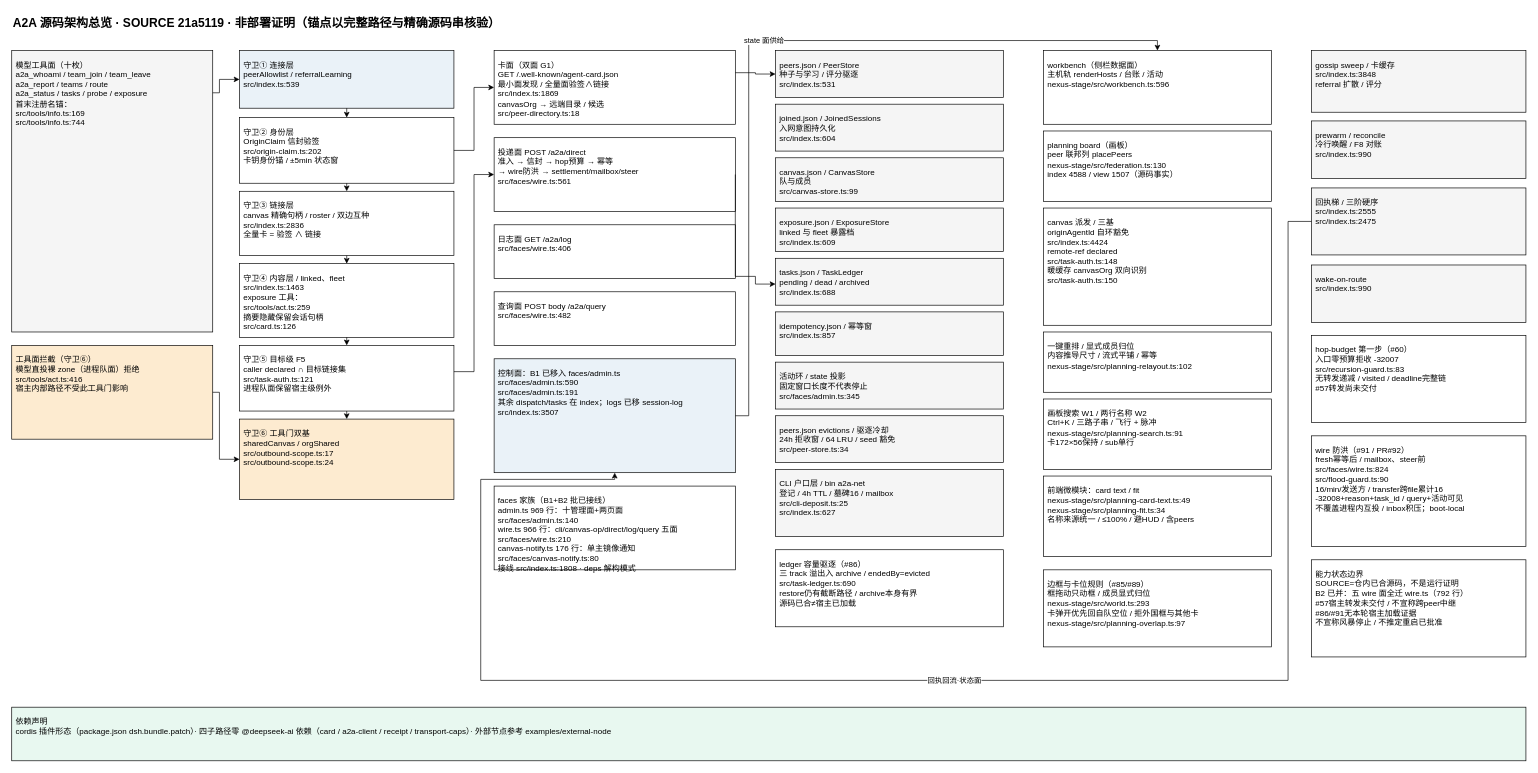
Before: page "系统架构总览" (1 of 2) of docs/arch/a2a-architecture.drawio in NelsonLongxiang/dsh-open-a2a-net, a draw.io diagram. Source tidied: cells renumbered, new cells numbered last; positions are measured from the earlier drawing's top-left corner, leaving out a move shared by most shapes. Both pictures are drawn from the tidied source at 67%, with x=0, y=0 at pixel (11, 11).
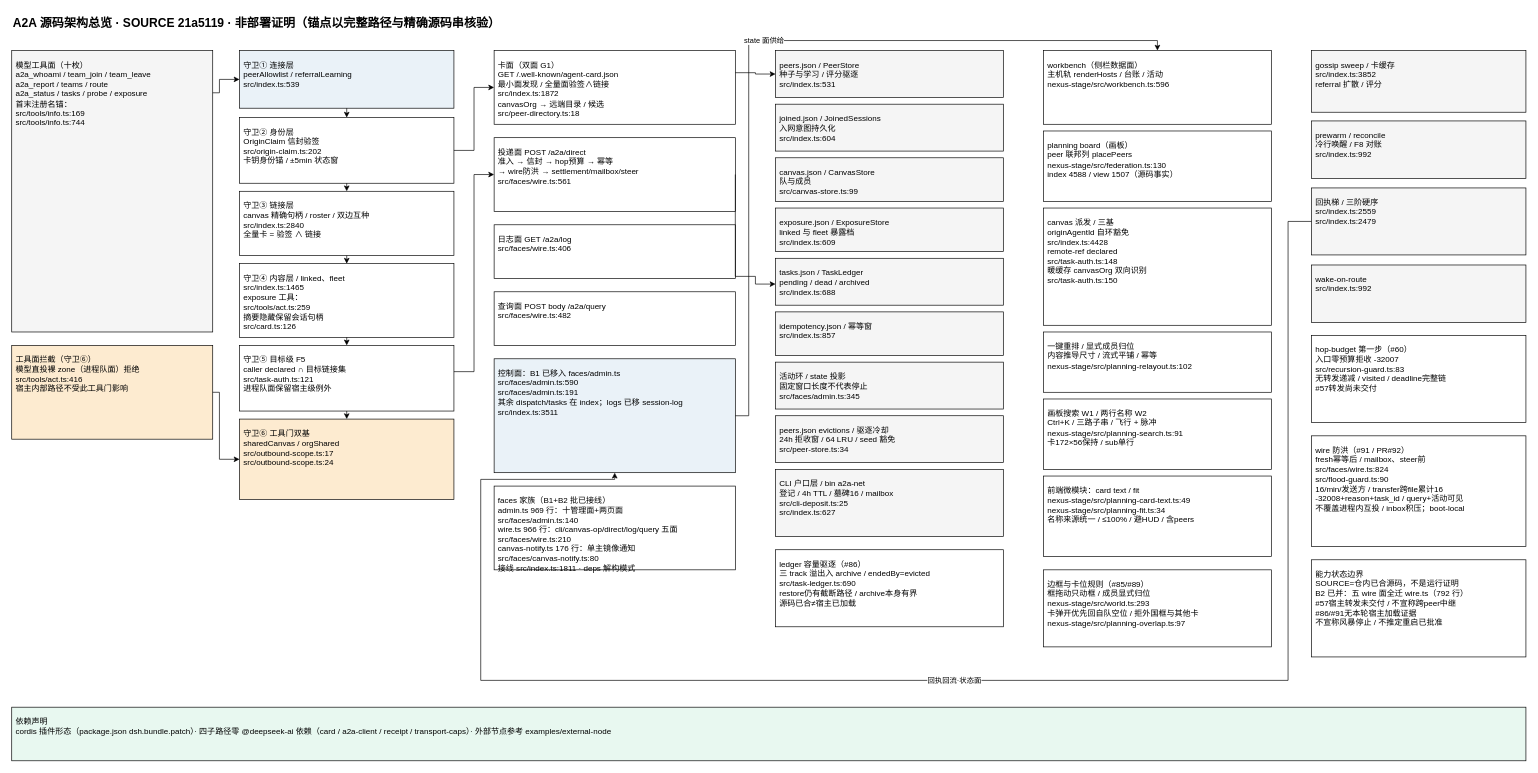
Above is the later version.

Commit message (it also covers changes not shown here):
chore: reanchor docs/arch

Diff of the diagram source:
```diff
@@
-    <mxCell id="7" value="守卫③ 链接层&#10;canvas 精确句柄 / roster / 双边互种&#10;src/index.ts:2836&#10;全量卡 = 验签 ∧ 链接" style="rounded=0;whiteSpace=wrap;html=1;fontSize=12;fontColor=#000000;fillColor=#FFFFFF;strokeColor=#000000;align=left;verticalAlign=top;spacing=6;spacingTop=4;" parent="1" vertex="1">
+    <mxCell id="7" value="守卫③ 链接层&#10;canvas 精确句柄 / roster / 双边互种&#10;src/index.ts:2840&#10;全量卡 = 验签 ∧ 链接" style="rounded=0;whiteSpace=wrap;html=1;fontSize=12;fontColor=#000000;fillColor=#FFFFFF;strokeColor=#000000;align=left;verticalAlign=top;spacing=6;spacingTop=4;" parent="1" vertex="1">
       <mxGeometry x="340" y="268" width="320" height="96" as="geometry" />
     </mxCell>
-    <mxCell id="8" value="守卫④ 内容层 / linked、fleet&#10;src/index.ts:1463&#10;exposure 工具：&#10;src/tools/act.ts:259&#10;摘要隐藏保留会话句柄&#10;src/card.ts:126" style="rounded=0;whiteSpace=wrap;html=1;fontSize=12;fontColor=#000000;fillColor=#FFFFFF;strokeColor=#000000;align=left;verticalAlign=top;spacing=6;spacingTop=4;" parent="1" vertex="1">
+    <mxCell id="8" value="守卫④ 内容层 / linked、fleet&#10;src/index.ts:1465&#10;exposure 工具：&#10;src/tools/act.ts:259&#10;摘要隐藏保留会话句柄&#10;src/card.ts:126" style="rounded=0;whiteSpace=wrap;html=1;fontSize=12;fontColor=#000000;fillColor=#FFFFFF;strokeColor=#000000;align=left;verticalAlign=top;spacing=6;spacingTop=4;" parent="1" vertex="1">
       <mxGeometry x="340" y="376" width="320" height="110" as="geometry" />
     </mxCell>
@@
-    <mxCell id="11" value="卡面（双面 G1）&#10;GET /.well-known/agent-card.json&#10;最小面发现 / 全量面验签∧链接&#10;src/index.ts:1869&#10;canvasOrg → 远端目录 / 候选&#10;src/peer-directory.ts:18" style="rounded=0;whiteSpace=wrap;html=1;fontSize=12;fontColor=#000000;fillColor=#FFFFFF;strokeColor=#000000;align=left;verticalAlign=top;spacing=6;spacingTop=4;" parent="1" vertex="1">
+    <mxCell id="11" value="卡面（双面 G1）&#10;GET /.well-known/agent-card.json&#10;最小面发现 / 全量面验签∧链接&#10;src/index.ts:1872&#10;canvasOrg → 远端目录 / 候选&#10;src/peer-directory.ts:18" style="rounded=0;whiteSpace=wrap;html=1;fontSize=12;fontColor=#000000;fillColor=#FFFFFF;strokeColor=#000000;align=left;verticalAlign=top;spacing=6;spacingTop=4;" parent="1" vertex="1">
       <mxGeometry x="720" y="58" width="360" height="110" as="geometry" />
     </mxCell>
@@
-    <mxCell id="15" value="控制面：B1 已移入 faces/admin.ts&#10;src/faces/admin.ts:590&#10;src/faces/admin.ts:191&#10;其余 dispatch/tasks 在 index；logs 已移 session-log&#10;src/index.ts:3507" style="rounded=0;whiteSpace=wrap;html=1;fontSize=12;fontColor=#000000;fillColor=#EAF2F8;strokeColor=#000000;align=left;verticalAlign=top;spacing=6;spacingTop=4;" parent="1" vertex="1">
+    <mxCell id="15" value="控制面：B1 已移入 faces/admin.ts&#10;src/faces/admin.ts:590&#10;src/faces/admin.ts:191&#10;其余 dispatch/tasks 在 index；logs 已移 session-log&#10;src/index.ts:3511" style="rounded=0;whiteSpace=wrap;html=1;fontSize=12;fontColor=#000000;fillColor=#EAF2F8;strokeColor=#000000;align=left;verticalAlign=top;spacing=6;spacingTop=4;" parent="1" vertex="1">
       <mxGeometry x="720" y="518" width="360" height="170" as="geometry" />
     </mxCell>
@@
-    <mxCell id="27" value="canvas 派发 / 三基&#10;originAgentId 自环豁免&#10;src/index.ts:4424&#10;remote-ref declared&#10;src/task-auth.ts:148&#10;暖缓存 canvasOrg 双向识别&#10;src/task-auth.ts:150" style="rounded=0;whiteSpace=wrap;html=1;fontSize=12;fontColor=#000000;fillColor=#FFFFFF;strokeColor=#000000;align=left;verticalAlign=top;spacing=6;spacingTop=4;" parent="1" vertex="1">
+    <mxCell id="27" value="canvas 派发 / 三基&#10;originAgentId 自环豁免&#10;src/index.ts:4428&#10;remote-ref declared&#10;src/task-auth.ts:148&#10;暖缓存 canvasOrg 双向识别&#10;src/task-auth.ts:150" style="rounded=0;whiteSpace=wrap;html=1;fontSize=12;fontColor=#000000;fillColor=#FFFFFF;strokeColor=#000000;align=left;verticalAlign=top;spacing=6;spacingTop=4;" parent="1" vertex="1">
       <mxGeometry x="1540" y="293" width="340" height="175" as="geometry" />
     </mxCell>
@@
-    <mxCell id="30" value="gossip sweep / 卡缓存&#10;src/index.ts:3848&#10;referral 扩散 / 评分" style="rounded=0;whiteSpace=wrap;html=1;fontSize=12;fontColor=#000000;fillColor=#F5F5F5;strokeColor=#000000;align=left;verticalAlign=top;spacing=6;spacingTop=4;" parent="1" vertex="1">
+    <mxCell id="30" value="gossip sweep / 卡缓存&#10;src/index.ts:3852&#10;referral 扩散 / 评分" style="rounded=0;whiteSpace=wrap;html=1;fontSize=12;fontColor=#000000;fillColor=#F5F5F5;strokeColor=#000000;align=left;verticalAlign=top;spacing=6;spacingTop=4;" parent="1" vertex="1">
       <mxGeometry x="1940" y="58" width="320" height="92" as="geometry" />
     </mxCell>
-    <mxCell id="31" value="prewarm / reconcile&#10;冷行唤醒 / F8 对账&#10;src/index.ts:990" style="rounded=0;whiteSpace=wrap;html=1;fontSize=12;fontColor=#000000;fillColor=#F5F5F5;strokeColor=#000000;align=left;verticalAlign=top;spacing=6;spacingTop=4;" parent="1" vertex="1">
+    <mxCell id="31" value="prewarm / reconcile&#10;冷行唤醒 / F8 对账&#10;src/index.ts:992" style="rounded=0;whiteSpace=wrap;html=1;fontSize=12;fontColor=#000000;fillColor=#F5F5F5;strokeColor=#000000;align=left;verticalAlign=top;spacing=6;spacingTop=4;" parent="1" vertex="1">
       <mxGeometry x="1940" y="163" width="320" height="86" as="geometry" />
     </mxCell>
-    <mxCell id="32" value="回执梯 / 三阶硬序&#10;src/index.ts:2555&#10;src/index.ts:2475" style="rounded=0;whiteSpace=wrap;html=1;fontSize=12;fontColor=#000000;fillColor=#F5F5F5;strokeColor=#000000;align=left;verticalAlign=top;spacing=6;spacingTop=4;" parent="1" vertex="1">
+    <mxCell id="32" value="回执梯 / 三阶硬序&#10;src/index.ts:2559&#10;src/index.ts:2479" style="rounded=0;whiteSpace=wrap;html=1;fontSize=12;fontColor=#000000;fillColor=#F5F5F5;strokeColor=#000000;align=left;verticalAlign=top;spacing=6;spacingTop=4;" parent="1" vertex="1">
       <mxGeometry x="1940" y="263" width="320" height="100" as="geometry" />
     </mxCell>
-    <mxCell id="33" value="wake-on-route&#10;src/index.ts:990" style="rounded=0;whiteSpace=wrap;html=1;fontSize=12;fontColor=#000000;fillColor=#F5F5F5;strokeColor=#000000;align=left;verticalAlign=top;spacing=6;spacingTop=4;" parent="1" vertex="1">
+    <mxCell id="33" value="wake-on-route&#10;src/index.ts:992" style="rounded=0;whiteSpace=wrap;html=1;fontSize=12;fontColor=#000000;fillColor=#F5F5F5;strokeColor=#000000;align=left;verticalAlign=top;spacing=6;spacingTop=4;" parent="1" vertex="1">
       <mxGeometry x="1940" y="378" width="320" height="86" as="geometry" />
     </mxCell>
@@
-    <mxCell id="35" value="faces 家族（B1+B2 批已接线）&#10;admin.ts 969 行：十管理面+两页面&#10;src/faces/admin.ts:140&#10;wire.ts 966 行：cli/canvas-op/direct/log/query 五面&#10;src/faces/wire.ts:210&#10;canvas-notify.ts 176 行：单主镜像通知&#10;src/faces/canvas-notify.ts:80&#10;接线 src/index.ts:1808 · deps 解构模式" style="rounded=0;whiteSpace=wrap;html=1;fontSize=12;fontColor=#000000;fillColor=#FFFFFF;strokeColor=#000000;align=left;verticalAlign=top;spacing=6;spacingTop=4;" parent="1" vertex="1">
+    <mxCell id="35" value="faces 家族（B1+B2 批已接线）&#10;admin.ts 969 行：十管理面+两页面&#10;src/faces/admin.ts:140&#10;wire.ts 966 行：cli/canvas-op/direct/log/query 五面&#10;src/faces/wire.ts:210&#10;canvas-notify.ts 176 行：单主镜像通知&#10;src/faces/canvas-notify.ts:80&#10;接线 src/index.ts:1811 · deps 解构模式" style="rounded=0;whiteSpace=wrap;html=1;fontSize=12;fontColor=#000000;fillColor=#FFFFFF;strokeColor=#000000;align=left;verticalAlign=top;spacing=6;spacingTop=4;" parent="1" vertex="1">
       <mxGeometry x="720" y="708" width="360" height="125" as="geometry" />
     </mxCell>
```
